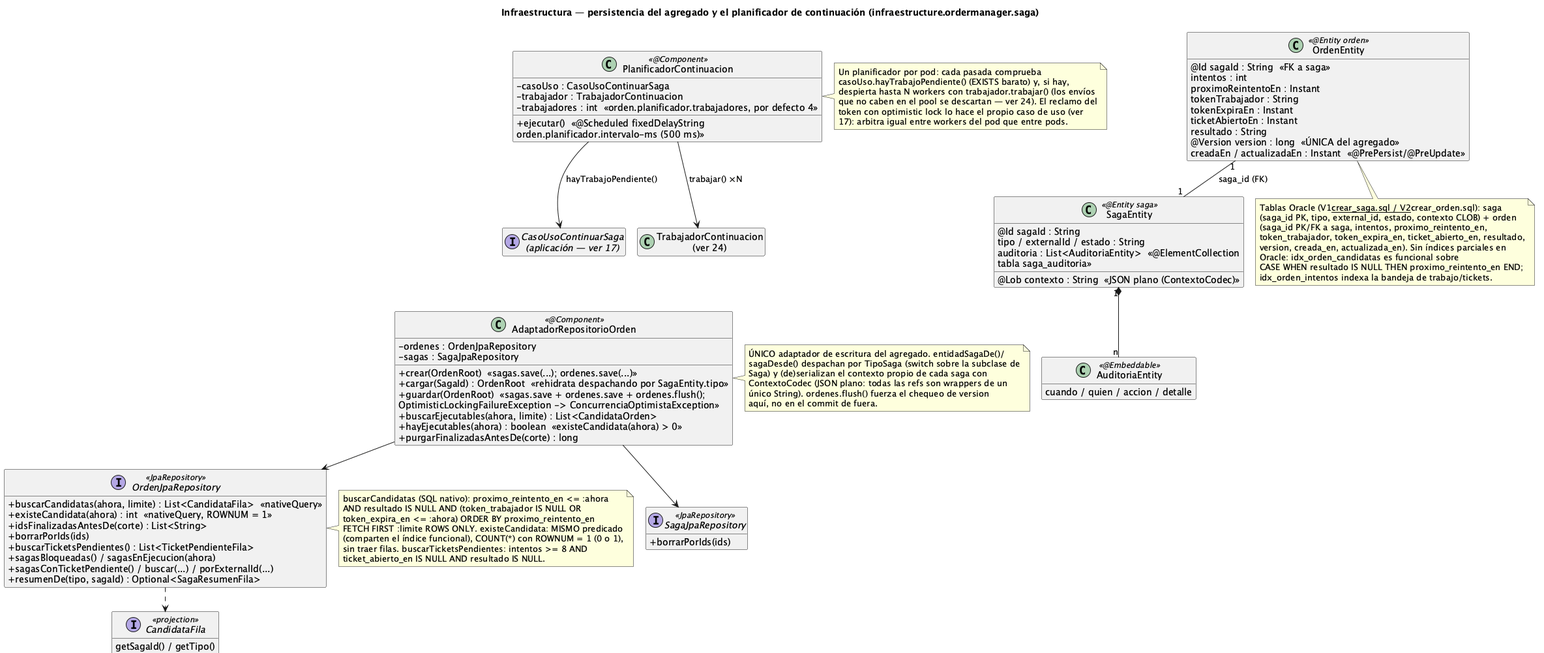
Earlier version of the PlantUML export order-manager/docs/23-clases-infraestructura-persistencia.png (ralcazar/patrones).
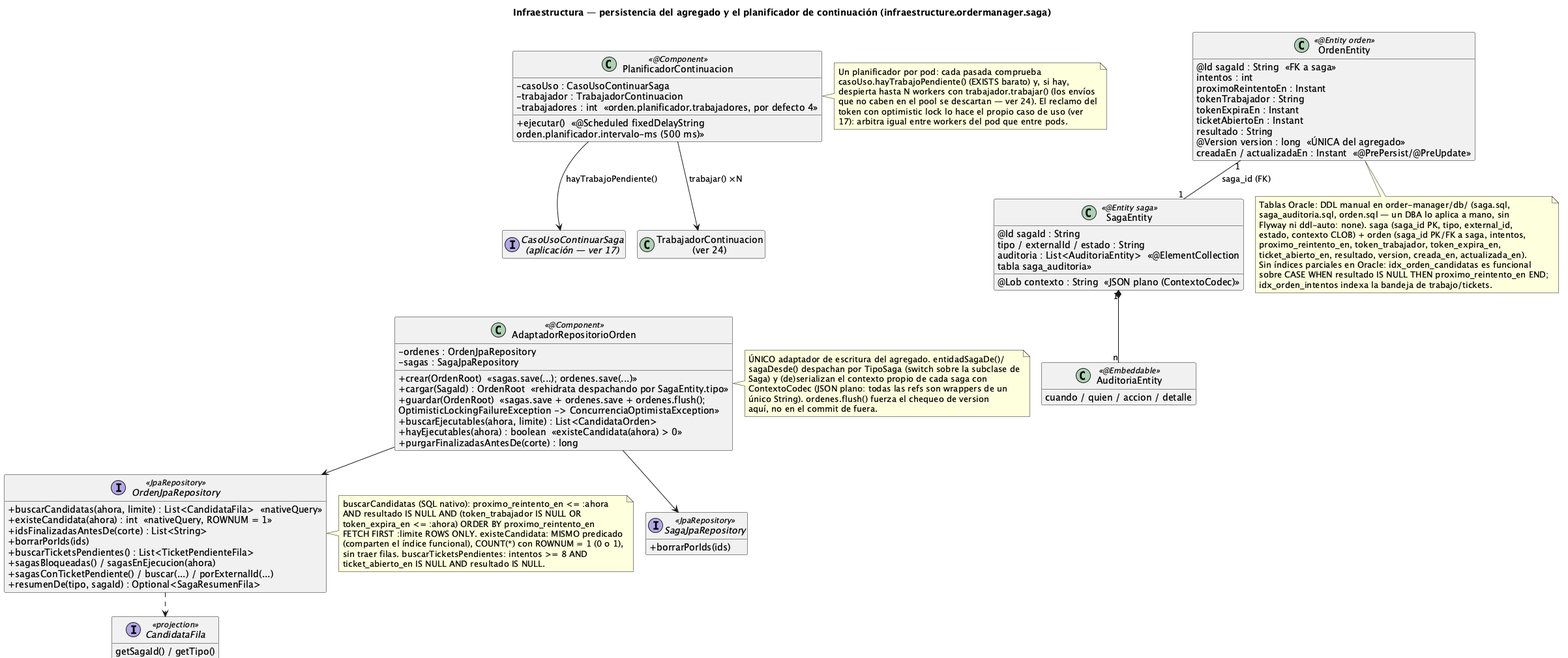
After the change.

Diff of the diagram source:
```diff
@@ -1,4 +1,5 @@
 @startuml 23-clases-infraestructura-persistencia
+!pragma layout smetana
 title Infraestructura — persistencia del agregado y el planificador de continuación (infraestructure.ordermanager.saga)
 !pragma layout smetana
 hide empty members
@@ -80,13 +81,14 @@
 }
 
 note bottom of OrdenEntity
-  Tablas Oracle (V1__crear_saga.sql / V2__crear_orden.sql): saga
-  (saga_id PK, tipo, external_id, estado, contexto CLOB) + orden
-  (saga_id PK/FK a saga, intentos, proximo_reintento_en,
-  token_trabajador, token_expira_en, ticket_abierto_en, resultado,
-  version, creada_en, actualizada_en). Sin índices parciales en
-  Oracle: idx_orden_candidatas es funcional sobre
-  CASE WHEN resultado IS NULL THEN proximo_reintento_en END;
+  Tablas Oracle: DDL manual en order-manager/db/ (saga.sql,
+  saga_auditoria.sql, orden.sql — un DBA lo aplica a mano, sin
+  Flyway ni ddl-auto: none). saga (saga_id PK, tipo, external_id,
+  estado, contexto CLOB) + orden (saga_id PK/FK a saga, intentos,
+  proximo_reintento_en, token_trabajador, token_expira_en,
+  ticket_abierto_en, resultado, version, creada_en, actualizada_en).
+  Sin índices parciales en Oracle: idx_orden_candidatas es funcional
+  sobre CASE WHEN resultado IS NULL THEN proximo_reintento_en END;
   idx_orden_intentos indexa la bandeja de trabajo/tickets.
 end note
 
```
